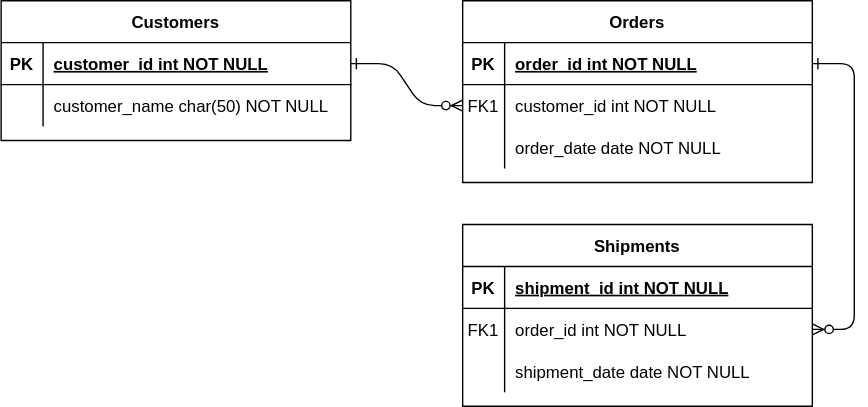
Above: codatentities.drawio.svg in codatio/codat-diagrams (draw.io), before the change. Source tidied: cells renumbered, new cells last; positions are measured from the earlier drawing's top-left corner, leaving out a move shared by most shapes.
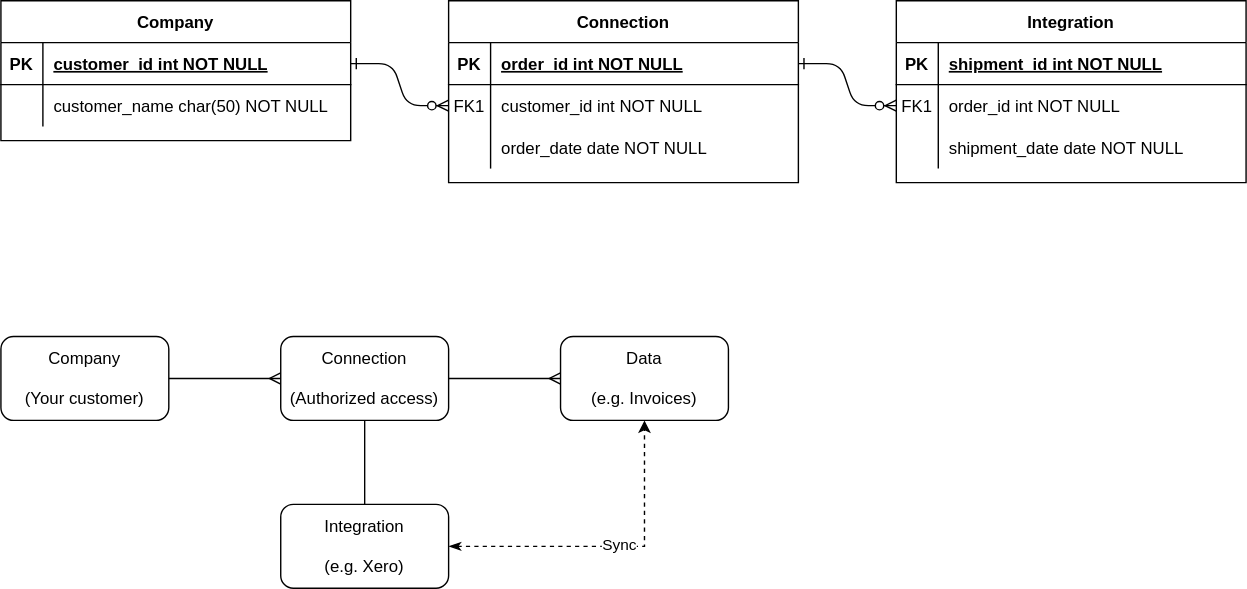
Later version of the same file.

Diff of the diagram source:
```diff
@@ -8,8 +8,8 @@
     <mxCell id="3" style="edgeStyle=entityRelationEdgeStyle;endArrow=ERzeroToMany;startArrow=ERone;endFill=1;startFill=0;" parent="1" edge="1" source="5" target="18">
       <mxGeometry relative="1" as="geometry" />
     </mxCell>
-    <mxCell id="4" value="Orders" style="shape=table;startSize=30;rowLines=0;fontStyle=1;align=center;" parent="1" vertex="1">
-      <mxGeometry x="330" width="250" height="130" as="geometry" />
+    <mxCell id="4" value="Connection" style="shape=table;startSize=30;rowLines=0;fontStyle=1;align=center;" parent="1" vertex="1">
+      <mxGeometry x="320" width="250" height="130" as="geometry" />
     </mxCell>
     <mxCell id="5" style="shape=partialRectangle;fillColor=none;points=[[0,0.5],[1,0.5]];portConstraint=eastwest;top=0;left=0;right=0;bottom=1;" parent="4" vertex="1">
       <mxGeometry y="30" width="250" height="30" as="geometry" />
@@ -38,8 +38,8 @@
     <mxCell id="13" value="order_date date NOT NULL" style="shape=partialRectangle;overflow=hidden;fillColor=none;top=0;left=0;bottom=0;right=0;align=left;spacingLeft=6;" parent="11" vertex="1">
       <mxGeometry x="30" width="220" height="30" as="geometry" />
     </mxCell>
-    <mxCell id="14" value="Shipments" style="shape=table;startSize=30;rowLines=0;fontStyle=1;align=center;" parent="1" vertex="1">
-      <mxGeometry x="330" y="160" width="250" height="130" as="geometry" />
+    <mxCell id="14" value="Integration" style="shape=table;startSize=30;rowLines=0;fontStyle=1;align=center;" parent="1" vertex="1">
+      <mxGeometry x="640" width="250" height="130" as="geometry" />
     </mxCell>
     <mxCell id="15" style="shape=partialRectangle;fillColor=none;top=0;left=0;right=0;bottom=1;" parent="14" vertex="1">
       <mxGeometry y="30" width="250" height="30" as="geometry" />
@@ -68,7 +68,7 @@
     <mxCell id="23" value="shipment_date date NOT NULL" style="shape=partialRectangle;overflow=hidden;fillColor=none;top=0;left=0;bottom=0;right=0;align=left;spacingLeft=6;" parent="21" vertex="1">
       <mxGeometry x="30" width="220" height="30" as="geometry" />
     </mxCell>
-    <mxCell id="24" value="Customers" style="shape=table;startSize=30;rowLines=0;fontStyle=1;align=center;" parent="1" vertex="1">
+    <mxCell id="24" value="Company" style="shape=table;startSize=30;rowLines=0;fontStyle=1;align=center;" parent="1" vertex="1">
       <mxGeometry width="250" height="100" as="geometry" />
     </mxCell>
     <mxCell id="25" style="shape=partialRectangle;fillColor=none;points=[[0,0.5],[1,0.5]];portConstraint=eastwest;top=0;left=0;right=0;bottom=1;" parent="24" vertex="1">
@@ -89,5 +89,32 @@
     <mxCell id="30" value="customer_name char(50) NOT NULL" style="shape=partialRectangle;overflow=hidden;fillColor=none;top=0;left=0;bottom=0;right=0;align=left;spacingLeft=6;" parent="28" vertex="1">
       <mxGeometry x="30" width="220" height="30" as="geometry" />
     </mxCell>
+    <mxCell id="31" style="edgeStyle=orthogonalEdgeStyle;rounded=0;jettySize=auto;html=1;endArrow=ERmany;endFill=0;" parent="1" edge="1" source="32" target="34">
+      <mxGeometry relative="1" as="geometry" />
+    </mxCell>
+    <mxCell id="32" value="Company&lt;br&gt;&lt;br&gt;(Your customer)" style="rounded=1;whiteSpace=wrap;html=1;" parent="1" vertex="1">
+      <mxGeometry y="240" width="120" height="60" as="geometry" />
+    </mxCell>
+    <mxCell id="33" style="edgeStyle=orthogonalEdgeStyle;rounded=0;jettySize=auto;html=1;endArrow=none;endFill=0;" parent="1" edge="1" source="34" target="38">
+      <mxGeometry relative="1" as="geometry" />
+    </mxCell>
+    <mxCell id="34" value="Connection&lt;br&gt;&lt;br&gt;(Authorized access)" style="rounded=1;whiteSpace=wrap;html=1;" parent="1" vertex="1">
+      <mxGeometry x="200" y="240" width="120" height="60" as="geometry" />
+    </mxCell>
+    <mxCell id="35" style="edgeStyle=orthogonalEdgeStyle;rounded=0;jettySize=auto;html=1;endArrow=ERmany;endFill=0;exitX=1;exitY=0.5;exitDx=0;exitDy=0;" parent="1" edge="1" source="34" target="39">
+      <mxGeometry relative="1" as="geometry" />
+    </mxCell>
+    <mxCell id="36" style="edgeStyle=orthogonalEdgeStyle;rounded=0;jettySize=auto;html=1;exitX=1;exitY=0.5;exitDx=0;exitDy=0;entryX=0.5;entryY=1;entryDx=0;entryDy=0;endArrow=classic;endFill=1;dashed=1;startArrow=classicThin;startFill=1;" parent="1" edge="1" source="38" target="39">
+      <mxGeometry relative="1" as="geometry" />
+    </mxCell>
+    <mxCell id="37" value="Sync" style="edgeLabel;html=1;align=center;verticalAlign=middle;" parent="36" vertex="1">
+      <mxGeometry x="0.05" y="2" relative="1" as="geometry" />
+    </mxCell>
+    <mxCell id="38" value="Integration&lt;br&gt;&lt;br&gt;(e.g. Xero)" style="rounded=1;whiteSpace=wrap;html=1;" parent="1" vertex="1">
+      <mxGeometry x="200" y="360" width="120" height="60" as="geometry" />
+    </mxCell>
+    <mxCell id="39" value="Data&lt;br&gt;&lt;br&gt;(e.g. Invoices)" style="rounded=1;whiteSpace=wrap;html=1;" parent="1" vertex="1">
+      <mxGeometry x="400" y="240" width="120" height="60" as="geometry" />
+    </mxCell>
   </root>
 </mxGraphModel>
```
